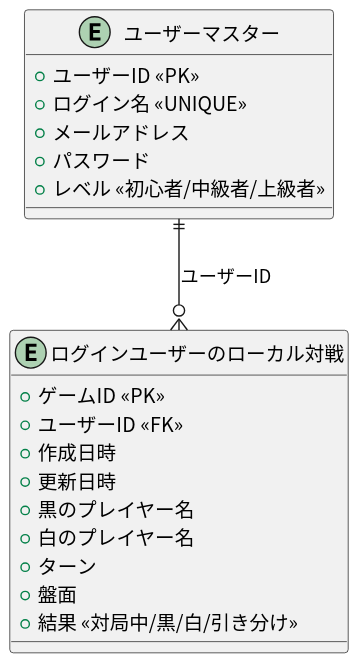
Above: doc/ER/ER_diagram/ER.svg in tomoki-shiozaki/baseball-talent-management-app (PlantUML), before the change. The source it was exported from:
```plantuml
@startuml
skinparam defaultFontName "Noto Sans CJK JP"
entity "ユーザーマスター" as User {
  +ユーザーID <<PK>>
  +ログイン名 <<UNIQUE>>
  +メールアドレス
  +パスワード
  +レベル <<初心者/中級者/上級者>>
}

entity "ログインユーザーのローカル対戦" as AuthenticatedLocalGame {
  +ゲームID <<PK>>
  +ユーザーID <<FK>>
  +作成日時
  +更新日時
  +黒のプレイヤー名
  +白のプレイヤー名
  +ターン
  +盤面
  +結果 <<対局中/黒/白/引き分け>>
}

User ||--o{ AuthenticatedLocalGame : ユーザーID
@enduml
```
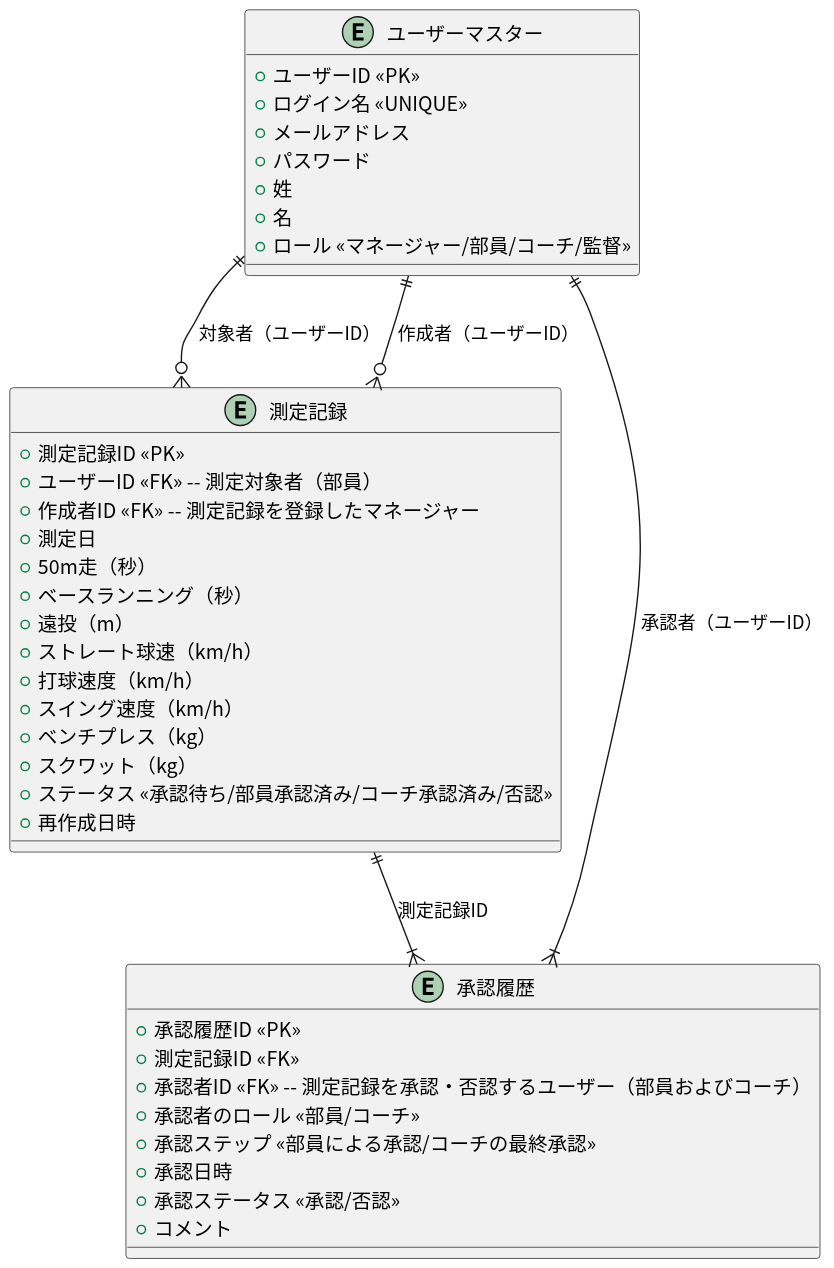
The same file after the commit.

Commit message:
feat(models): improve ER diagram and approvals, measurements models

The edit, as a diff of the source:
```diff
@@ -5,20 +5,42 @@
   +ログイン名 <<UNIQUE>>
   +メールアドレス
   +パスワード
-  +レベル <<初心者/中級者/上級者>>
+  + 姓
+  + 名
+  +ロール <<マネージャー/部員/コーチ/監督>>
 }
 
-entity "ログインユーザーのローカル対戦" as AuthenticatedLocalGame {
-  +ゲームID <<PK>>
-  +ユーザーID <<FK>>
-  +作成日時
-  +更新日時
-  +黒のプレイヤー名
-  +白のプレイヤー名
-  +ターン
-  +盤面
-  +結果 <<対局中/黒/白/引き分け>>
+entity "測定記録" as Measurement {
+  +測定記録ID <<PK>>
+  +ユーザーID <<FK>> -- 測定対象者（部員）
+  +作成者ID <<FK>> -- 測定記録を登録したマネージャー
+  +測定日
+  +50m走（秒）
+  +ベースランニング（秒）
+  +遠投（m）
+  +ストレート球速（km/h）
+  +打球速度（km/h）
+  +スイング速度（km/h）
+  +ベンチプレス（kg）
+  +スクワット（kg）
+  +ステータス <<承認待ち/部員承認済み/コーチ承認済み/否認>>
+  +再作成日時
 }
 
-User ||--o{ AuthenticatedLocalGame : ユーザーID
+entity "承認履歴" as MeasurementApproval {
+  +承認履歴ID <<PK>>
+  +測定記録ID <<FK>>
+  +承認者ID <<FK>> -- 測定記録を承認・否認するユーザー（部員およびコーチ）
+  +承認者のロール <<部員/コーチ>>
+  +承認ステップ <<部員による承認/コーチの最終承認>>
+  +承認日時
+  +承認ステータス <<承認/否認>>
+  +コメント
+}
+
+User ||--o{ Measurement : 対象者（ユーザーID）
+User ||--o{ Measurement : 作成者（ユーザーID）
+
+Measurement ||--|{ MeasurementApproval : 測定記録ID
+User ||--|{ MeasurementApproval : 承認者（ユーザーID）
 @enduml
```
